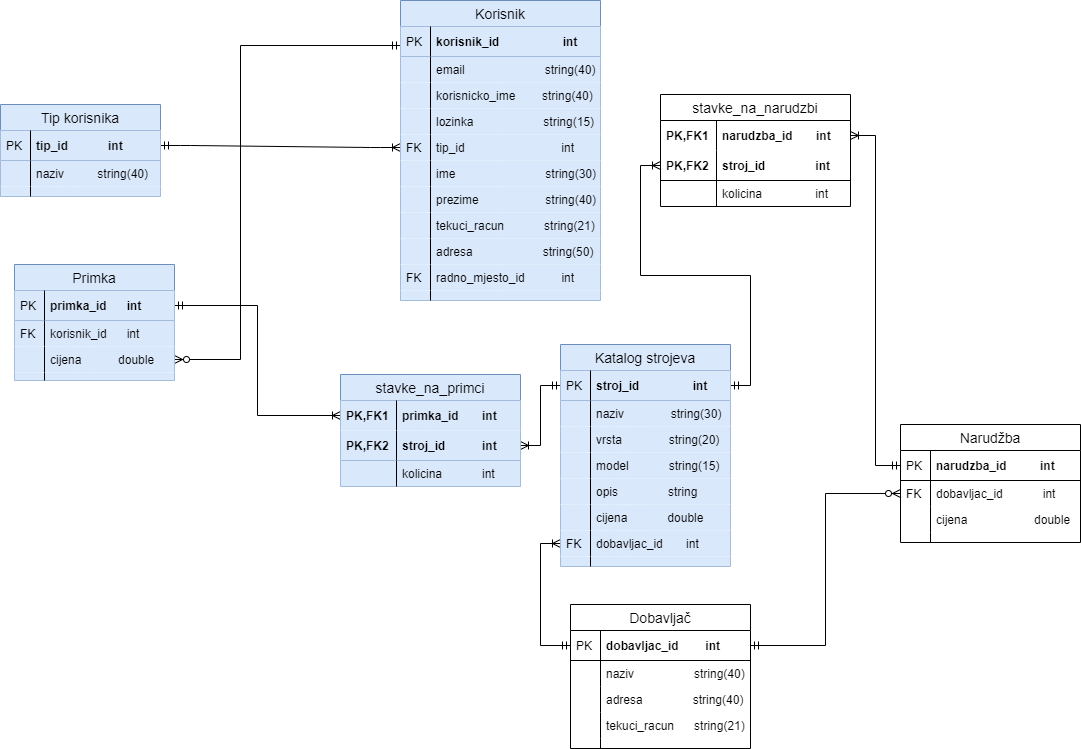
foivz/r20--kkolak-imartinov-smartinov keeps this draw.io diagram as Documentation/ERA/ERA-e-Agro_Alen.png. Above is the earlier version. Source tidied: cells renumbered, new cells last; positions are measured from the earlier drawing's top-left corner, leaving out a move shared by most shapes.
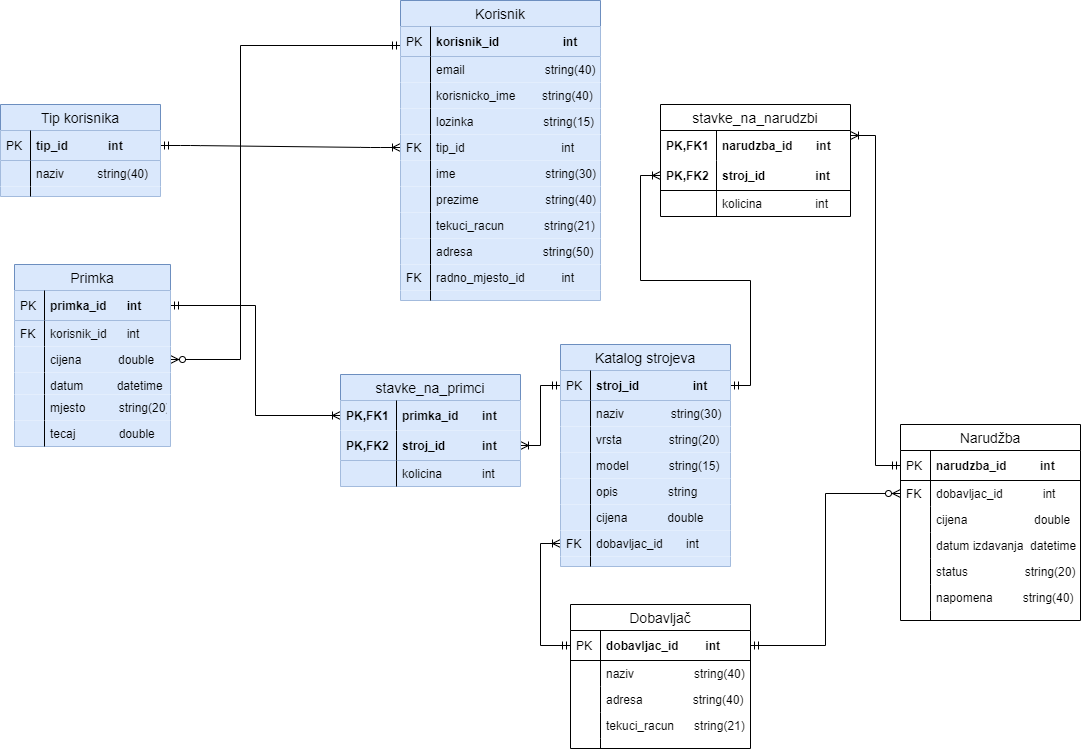
After the commit.

The edit, as a diff of the source:
```diff
@@ -98,7 +98,12 @@
       <mxGeometry relative="1" as="geometry" />
     </mxCell>
     <mxCell id="32" style="edgeStyle=orthogonalEdgeStyle;rounded=0;jumpSize=3;jettySize=auto;html=1;startArrow=ERmandOne;startFill=0;endArrow=ERoneToMany;endFill=0;" parent="1" edge="1" source="64" target="57">
-      <mxGeometry relative="1" as="geometry" />
+      <mxGeometry relative="1" as="geometry">
+        <Array as="points">
+          <mxPoint x="875" y="465" />
+          <mxPoint x="875" y="135" />
+        </Array>
+      </mxGeometry>
     </mxCell>
     <mxCell id="33" value="Tip korisnika" style="swimlane;fontStyle=0;horizontal=1;startSize=26;align=center;fontSize=14;fillColor=#dae8fc;strokeColor=#6c8ebf;" parent="1" vertex="1">
       <mxGeometry y="104" width="160" height="92" as="geometry" />
@@ -122,32 +127,44 @@
       <mxGeometry width="30" height="10" as="geometry" />
     </mxCell>
     <mxCell id="40" value="Primka" style="swimlane;fontStyle=0;horizontal=1;startSize=26;align=center;fontSize=14;fillColor=#dae8fc;strokeColor=#6c8ebf;" parent="1" vertex="1">
-      <mxGeometry x="14" y="264" width="160" height="116" as="geometry" />
+      <mxGeometry x="14" y="264" width="156" height="182" as="geometry" />
     </mxCell>
     <mxCell id="41" value="primka_id      int" style="shape=partialRectangle;top=0;left=0;right=0;bottom=1;align=left;verticalAlign=middle;fillColor=#dae8fc;spacingLeft=34;spacingRight=4;overflow=hidden;points=[[0,0.5],[1,0.5]];portConstraint=eastwest;fontStyle=1;fontSize=12;strokeColor=#6c8ebf;" parent="40" vertex="1">
-      <mxGeometry y="26" width="160" height="30" as="geometry" />
+      <mxGeometry y="26" width="156" height="30" as="geometry" />
     </mxCell>
     <mxCell id="42" value="PK" style="shape=partialRectangle;top=0;left=0;bottom=0;fillColor=none;align=left;verticalAlign=middle;spacingLeft=4;spacingRight=4;overflow=hidden;fontSize=12;" parent="41" vertex="1">
       <mxGeometry width="30" height="30" as="geometry" />
     </mxCell>
     <mxCell id="43" value="korisnik_id      int" style="shape=partialRectangle;top=0;left=0;right=0;bottom=0;align=left;verticalAlign=top;fillColor=#dae8fc;spacingLeft=34;spacingRight=4;overflow=hidden;fontSize=12;strokeColor=#6c8ebf;" parent="40" vertex="1">
-      <mxGeometry y="56" width="160" height="26" as="geometry" />
+      <mxGeometry y="56" width="156" height="26" as="geometry" />
     </mxCell>
     <mxCell id="44" value="FK" style="shape=partialRectangle;top=0;left=0;bottom=0;fillColor=none;align=left;verticalAlign=top;spacingLeft=4;spacingRight=4;overflow=hidden;fontSize=12;" parent="43" vertex="1">
       <mxGeometry width="30" height="26" as="geometry" />
     </mxCell>
     <mxCell id="45" value="cijena           double" style="shape=partialRectangle;top=0;left=0;right=0;bottom=0;align=left;verticalAlign=top;fillColor=#dae8fc;spacingLeft=34;spacingRight=4;overflow=hidden;points=[[0,0.5],[1,0.5]];portConstraint=eastwest;fontSize=12;strokeColor=#6c8ebf;" parent="40" vertex="1">
-      <mxGeometry y="82" width="160" height="26" as="geometry" />
+      <mxGeometry y="82" width="156" height="26" as="geometry" />
     </mxCell>
     <mxCell id="46" style="shape=partialRectangle;top=0;left=0;bottom=0;fillColor=none;align=left;verticalAlign=top;spacingLeft=4;spacingRight=4;overflow=hidden;fontSize=12;" parent="45" vertex="1">
       <mxGeometry width="30" height="26" as="geometry" />
     </mxCell>
-    <mxCell id="47" style="shape=partialRectangle;top=0;left=0;right=0;bottom=0;align=left;verticalAlign=top;fillColor=#dae8fc;spacingLeft=34;spacingRight=4;overflow=hidden;fontSize=12;strokeColor=#6c8ebf;" parent="40" vertex="1">
-      <mxGeometry y="108" width="160" height="8" as="geometry" />
-    </mxCell>
-    <mxCell id="48" style="shape=partialRectangle;top=0;left=0;bottom=0;fillColor=none;align=left;verticalAlign=top;spacingLeft=4;spacingRight=4;overflow=hidden;fontSize=12;" parent="47" vertex="1">
-      <mxGeometry width="30" height="8" as="geometry" />
-    </mxCell>
+    <mxCell id="100" value="datum          datetime" style="shape=partialRectangle;top=0;left=0;right=0;bottom=0;align=left;verticalAlign=top;fillColor=#dae8fc;spacingLeft=34;spacingRight=4;overflow=hidden;fontSize=12;strokeColor=#6c8ebf;" parent="40" vertex="1">
+      <mxGeometry y="108" width="156" height="22" as="geometry" />
+    </mxCell>
+    <mxCell id="101" style="shape=partialRectangle;top=0;left=0;bottom=0;fillColor=none;align=left;verticalAlign=top;spacingLeft=4;spacingRight=4;overflow=hidden;fontSize=12;" parent="100" vertex="1">
+      <mxGeometry width="30" height="22" as="geometry" />
+    </mxCell>
+    <mxCell id="102" value="mjesto          string(20)" style="shape=partialRectangle;top=0;left=0;right=0;bottom=0;align=left;verticalAlign=top;fillColor=#dae8fc;spacingLeft=34;spacingRight=4;overflow=hidden;fontSize=12;strokeColor=#6c8ebf;" parent="40" vertex="1">
+      <mxGeometry y="130" width="156" height="26" as="geometry" />
+    </mxCell>
+    <mxCell id="103" style="shape=partialRectangle;top=0;left=0;bottom=0;fillColor=none;align=left;verticalAlign=top;spacingLeft=4;spacingRight=4;overflow=hidden;fontSize=12;" parent="102" vertex="1">
+      <mxGeometry width="30" height="26" as="geometry" />
+    </mxCell>
+    <mxCell id="104" value="tecaj             double" style="shape=partialRectangle;top=0;left=0;right=0;bottom=0;align=left;verticalAlign=top;fillColor=#dae8fc;spacingLeft=34;spacingRight=4;overflow=hidden;fontSize=12;strokeColor=#6c8ebf;" parent="40" vertex="1">
+      <mxGeometry y="156" width="156" height="26" as="geometry" />
+    </mxCell>
+    <mxCell id="105" style="shape=partialRectangle;top=0;left=0;bottom=0;fillColor=none;align=left;verticalAlign=top;spacingLeft=4;spacingRight=4;overflow=hidden;fontSize=12;" parent="104" vertex="1">
+      <mxGeometry width="30" height="26" as="geometry" />
+    </mxCell>
     <mxCell id="49" value="stavke_na_primci" style="swimlane;fontStyle=0;horizontal=1;startSize=26;align=center;fontSize=14;fillColor=#dae8fc;strokeColor=#6c8ebf;" parent="1" vertex="1">
       <mxGeometry x="340" y="374" width="180" height="112" as="geometry" />
     </mxCell>
@@ -169,29 +186,8 @@
     <mxCell id="55" style="shape=partialRectangle;top=0;left=0;bottom=0;fillColor=none;align=left;verticalAlign=top;spacingLeft=4;spacingRight=4;overflow=hidden;fontSize=12;" parent="54" vertex="1">
       <mxGeometry width="56" height="26" as="geometry" />
     </mxCell>
-    <mxCell id="56" value="stavke_na_narudzbi" style="swimlane;fontStyle=0;horizontal=1;startSize=26;align=center;fontSize=14;" parent="1" vertex="1">
-      <mxGeometry x="660" y="94" width="190" height="112" as="geometry" />
-    </mxCell>
-    <mxCell id="57" value="narudzba_id       int   " style="shape=partialRectangle;top=0;left=0;right=0;bottom=0;align=left;verticalAlign=middle;fillColor=none;spacingLeft=60;spacingRight=4;overflow=hidden;points=[[0,0.5],[1,0.5]];portConstraint=eastwest;fontStyle=1;fontSize=12;" parent="56" vertex="1">
-      <mxGeometry y="26" width="190" height="30" as="geometry" />
-    </mxCell>
-    <mxCell id="58" value="PK,FK1" style="shape=partialRectangle;fontStyle=1;top=0;left=0;bottom=0;fillColor=none;align=left;verticalAlign=middle;spacingLeft=4;spacingRight=4;overflow=hidden;fontSize=12;" parent="57" vertex="1">
-      <mxGeometry width="56" height="30" as="geometry" />
-    </mxCell>
-    <mxCell id="59" value="stroj_id               int" style="shape=partialRectangle;top=0;left=0;right=0;bottom=1;align=left;verticalAlign=middle;fillColor=none;spacingLeft=60;spacingRight=4;overflow=hidden;points=[[0,0.5],[1,0.5]];portConstraint=eastwest;fontStyle=1;fontSize=12;" parent="56" vertex="1">
-      <mxGeometry y="56" width="190" height="30" as="geometry" />
-    </mxCell>
-    <mxCell id="60" value="PK,FK2" style="shape=partialRectangle;fontStyle=1;top=0;left=0;bottom=0;fillColor=none;align=left;verticalAlign=middle;spacingLeft=4;spacingRight=4;overflow=hidden;fontSize=12;" parent="59" vertex="1">
-      <mxGeometry width="56" height="30" as="geometry" />
-    </mxCell>
-    <mxCell id="61" value="kolicina                int" style="shape=partialRectangle;top=0;left=0;right=0;bottom=0;align=left;verticalAlign=top;fillColor=none;spacingLeft=60;spacingRight=4;overflow=hidden;fontSize=12;" parent="56" vertex="1">
-      <mxGeometry y="86" width="190" height="26" as="geometry" />
-    </mxCell>
-    <mxCell id="62" style="shape=partialRectangle;top=0;left=0;bottom=0;fillColor=none;align=left;verticalAlign=top;spacingLeft=4;spacingRight=4;overflow=hidden;fontSize=12;" parent="61" vertex="1">
-      <mxGeometry width="56" height="26" as="geometry" />
-    </mxCell>
     <mxCell id="63" value="Narudžba" style="swimlane;fontStyle=0;horizontal=1;startSize=26;align=center;fontSize=14;" parent="1" vertex="1">
-      <mxGeometry x="900" y="424" width="180" height="118" as="geometry" />
+      <mxGeometry x="900" y="424" width="180" height="196" as="geometry" />
     </mxCell>
     <mxCell id="64" value="narudzba_id          int" style="shape=partialRectangle;top=0;left=0;right=0;bottom=1;align=left;verticalAlign=middle;fillColor=none;spacingLeft=34;spacingRight=4;overflow=hidden;points=[[0,0.5],[1,0.5]];portConstraint=eastwest;fontStyle=1;fontSize=12;" parent="63" vertex="1">
       <mxGeometry y="26" width="180" height="30" as="geometry" />
@@ -211,8 +207,26 @@
     <mxCell id="69" style="shape=partialRectangle;top=0;left=0;bottom=0;fillColor=none;align=left;verticalAlign=top;spacingLeft=4;spacingRight=4;overflow=hidden;fontSize=12;" parent="68" vertex="1">
       <mxGeometry width="30" height="26" as="geometry" />
     </mxCell>
+    <mxCell id="106" value="datum izdavanja  datetime" style="shape=partialRectangle;top=0;left=0;right=0;bottom=0;align=left;verticalAlign=top;fillColor=none;spacingLeft=34;spacingRight=4;overflow=hidden;fontSize=12;" parent="63" vertex="1">
+      <mxGeometry y="108" width="180" height="26" as="geometry" />
+    </mxCell>
+    <mxCell id="107" style="shape=partialRectangle;top=0;left=0;bottom=0;fillColor=none;align=left;verticalAlign=top;spacingLeft=4;spacingRight=4;overflow=hidden;fontSize=12;" parent="106" vertex="1">
+      <mxGeometry width="30" height="26" as="geometry" />
+    </mxCell>
+    <mxCell id="108" value="status                 string(20)" style="shape=partialRectangle;top=0;left=0;right=0;bottom=0;align=left;verticalAlign=top;fillColor=none;spacingLeft=34;spacingRight=4;overflow=hidden;fontSize=12;" parent="63" vertex="1">
+      <mxGeometry y="134" width="180" height="26" as="geometry" />
+    </mxCell>
+    <mxCell id="109" style="shape=partialRectangle;top=0;left=0;bottom=0;fillColor=none;align=left;verticalAlign=top;spacingLeft=4;spacingRight=4;overflow=hidden;fontSize=12;" parent="108" vertex="1">
+      <mxGeometry width="30" height="26" as="geometry" />
+    </mxCell>
+    <mxCell id="110" value="napomena         string(40)" style="shape=partialRectangle;top=0;left=0;right=0;bottom=0;align=left;verticalAlign=top;fillColor=none;spacingLeft=34;spacingRight=4;overflow=hidden;fontSize=12;" parent="63" vertex="1">
+      <mxGeometry y="160" width="180" height="26" as="geometry" />
+    </mxCell>
+    <mxCell id="111" style="shape=partialRectangle;top=0;left=0;bottom=0;fillColor=none;align=left;verticalAlign=top;spacingLeft=4;spacingRight=4;overflow=hidden;fontSize=12;" parent="110" vertex="1">
+      <mxGeometry width="30" height="26" as="geometry" />
+    </mxCell>
     <mxCell id="70" style="shape=partialRectangle;top=0;left=0;right=0;bottom=0;align=left;verticalAlign=top;fillColor=none;spacingLeft=34;spacingRight=4;overflow=hidden;fontSize=12;" parent="63" vertex="1">
-      <mxGeometry y="108" width="180" height="10" as="geometry" />
+      <mxGeometry y="186" width="180" height="10" as="geometry" />
     </mxCell>
     <mxCell id="71" style="shape=partialRectangle;top=0;left=0;bottom=0;fillColor=none;align=left;verticalAlign=top;spacingLeft=4;spacingRight=4;overflow=hidden;fontSize=12;" parent="70" vertex="1">
       <mxGeometry width="30" height="10" as="geometry" />
@@ -301,5 +315,26 @@
     <mxCell id="99" style="shape=partialRectangle;top=0;left=0;bottom=0;fillColor=none;align=left;verticalAlign=top;spacingLeft=4;spacingRight=4;overflow=hidden;fontSize=12;" parent="98" vertex="1">
       <mxGeometry width="30" height="10" as="geometry" />
     </mxCell>
+    <mxCell id="56" value="stavke_na_narudzbi" style="swimlane;fontStyle=0;horizontal=1;startSize=26;align=center;fontSize=14;" parent="1" vertex="1">
+      <mxGeometry x="660" y="104" width="190" height="112" as="geometry" />
+    </mxCell>
+    <mxCell id="57" value="narudzba_id       int   " style="shape=partialRectangle;top=0;left=0;right=0;bottom=0;align=left;verticalAlign=middle;fillColor=none;spacingLeft=60;spacingRight=4;overflow=hidden;points=[[0,0.5],[1,0.5]];portConstraint=eastwest;fontStyle=1;fontSize=12;" parent="56" vertex="1">
+      <mxGeometry y="26" width="190" height="30" as="geometry" />
+    </mxCell>
+    <mxCell id="58" value="PK,FK1" style="shape=partialRectangle;fontStyle=1;top=0;left=0;bottom=0;fillColor=none;align=left;verticalAlign=middle;spacingLeft=4;spacingRight=4;overflow=hidden;fontSize=12;" parent="57" vertex="1">
+      <mxGeometry width="56" height="30" as="geometry" />
+    </mxCell>
+    <mxCell id="59" value="stroj_id               int" style="shape=partialRectangle;top=0;left=0;right=0;bottom=1;align=left;verticalAlign=middle;fillColor=none;spacingLeft=60;spacingRight=4;overflow=hidden;points=[[0,0.5],[1,0.5]];portConstraint=eastwest;fontStyle=1;fontSize=12;" parent="56" vertex="1">
+      <mxGeometry y="56" width="190" height="30" as="geometry" />
+    </mxCell>
+    <mxCell id="60" value="PK,FK2" style="shape=partialRectangle;fontStyle=1;top=0;left=0;bottom=0;fillColor=none;align=left;verticalAlign=middle;spacingLeft=4;spacingRight=4;overflow=hidden;fontSize=12;" parent="59" vertex="1">
+      <mxGeometry width="56" height="30" as="geometry" />
+    </mxCell>
+    <mxCell id="61" value="kolicina                int" style="shape=partialRectangle;top=0;left=0;right=0;bottom=0;align=left;verticalAlign=top;fillColor=none;spacingLeft=60;spacingRight=4;overflow=hidden;fontSize=12;" parent="56" vertex="1">
+      <mxGeometry y="86" width="190" height="26" as="geometry" />
+    </mxCell>
+    <mxCell id="62" style="shape=partialRectangle;top=0;left=0;bottom=0;fillColor=none;align=left;verticalAlign=top;spacingLeft=4;spacingRight=4;overflow=hidden;fontSize=12;" parent="61" vertex="1">
+      <mxGeometry width="56" height="26" as="geometry" />
+    </mxCell>
   </root>
 </mxGraphModel>
```
